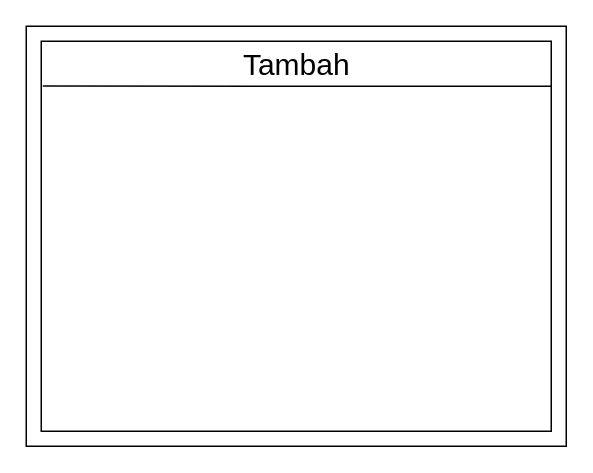
Above: sketches/to add to system.drawio in halouthere233/skkerjakursus2021private (draw.io), before the change. Source tidied: cells renumbered, new cells numbered last; positions are measured from the earlier drawing's top-left corner, leaving out a move shared by most shapes. Both pictures are drawn from the tidied source at 150%, with x=0, y=0 at pixel (26, 26).
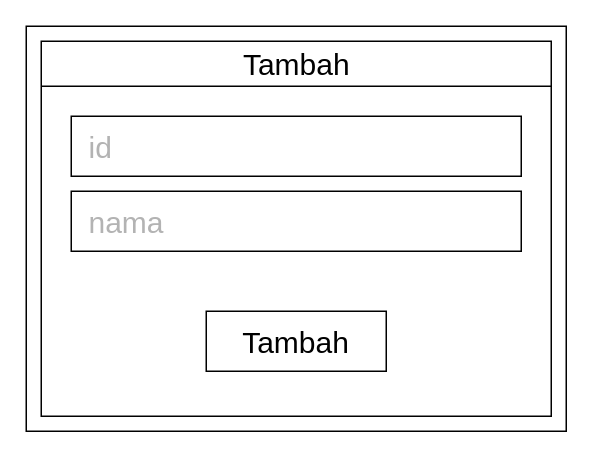
After the change.

The edit, as a diff of the source:
```diff
@@
 <mxGraphModel>
   <root>
     <mxCell id="0" />
     <mxCell id="1" parent="0" />
     <mxCell id="2" style="rounded=0;whiteSpace=wrap;html=1;" parent="1" vertex="1">
-      <mxGeometry width="360" height="280" as="geometry" />
+      <mxGeometry width="360" height="270" as="geometry" />
     </mxCell>
     <mxCell id="3" style="rounded=0;whiteSpace=wrap;html=1;" parent="1" vertex="1">
-      <mxGeometry x="10" y="10" width="340" height="260" as="geometry" />
+      <mxGeometry x="10" y="10" width="340" height="250" as="geometry" />
     </mxCell>
-    <mxCell id="4" style="endArrow=none;html=1;rounded=0;entryX=0.003;entryY=0.115;entryDx=0;entryDy=0;entryPerimeter=0;" parent="1" edge="1" target="3">
+    <mxCell id="4" style="endArrow=none;html=1;rounded=0;" parent="1" edge="1">
       <mxGeometry relative="1" as="geometry">
         <mxPoint x="350" y="40" as="sourcePoint" />
+        <mxPoint x="10" y="40" as="targetPoint" />
       </mxGeometry>
     </mxCell>
     <mxCell id="5" value="Tambah" style="text;html=1;align=center;verticalAlign=middle;strokeColor=none;fillColor=none;fontSize=20;" parent="1" vertex="1">
       <mxGeometry x="135" y="10" width="90" height="30" as="geometry" />
     </mxCell>
+    <mxCell id="6" value="id" style="rounded=0;whiteSpace=wrap;html=1;fontSize=20;spacingLeft=10;align=left;fontColor=#B3B3B3;" parent="1" vertex="1">
+      <mxGeometry x="30" y="60" width="300" height="40" as="geometry" />
+    </mxCell>
+    <mxCell id="7" value="nama" style="rounded=0;whiteSpace=wrap;html=1;fontSize=20;spacingLeft=10;align=left;fontColor=#B3B3B3;" parent="1" vertex="1">
+      <mxGeometry x="30" y="110" width="300" height="40" as="geometry" />
+    </mxCell>
+    <mxCell id="8" value="Tambah" style="rounded=0;whiteSpace=wrap;html=1;fontSize=20;" parent="1" vertex="1">
+      <mxGeometry x="120" y="190" width="120" height="40" as="geometry" />
+    </mxCell>
   </root>
 </mxGraphModel>
```
